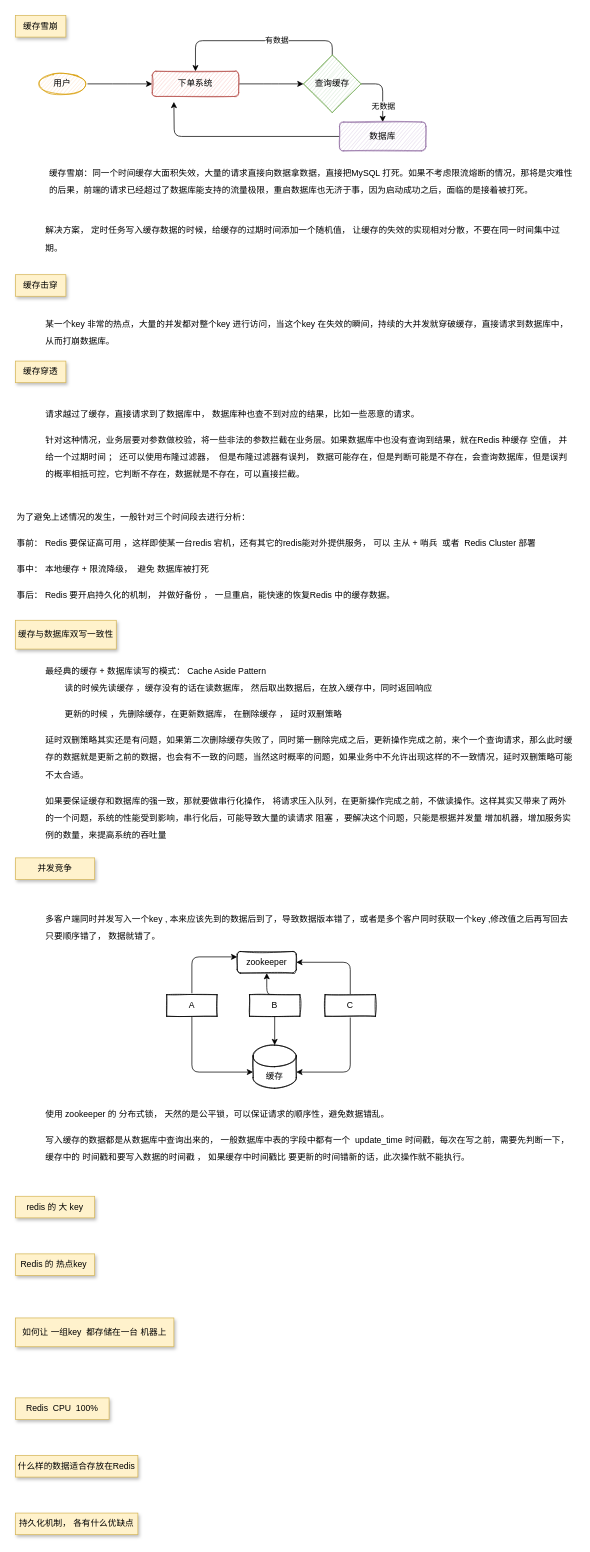
This is page "线上故障" (6 of 6) of redis.drawio from topyuluo/photo-project, a draw.io file, before an edit. Source tidied: cells renumbered, new cells numbered last; positions are measured from the earlier drawing's top-left corner, leaving out a move shared by most shapes. Both pictures are drawn from the tidied source at 72%, with x=0, y=0 at pixel (15, 15).
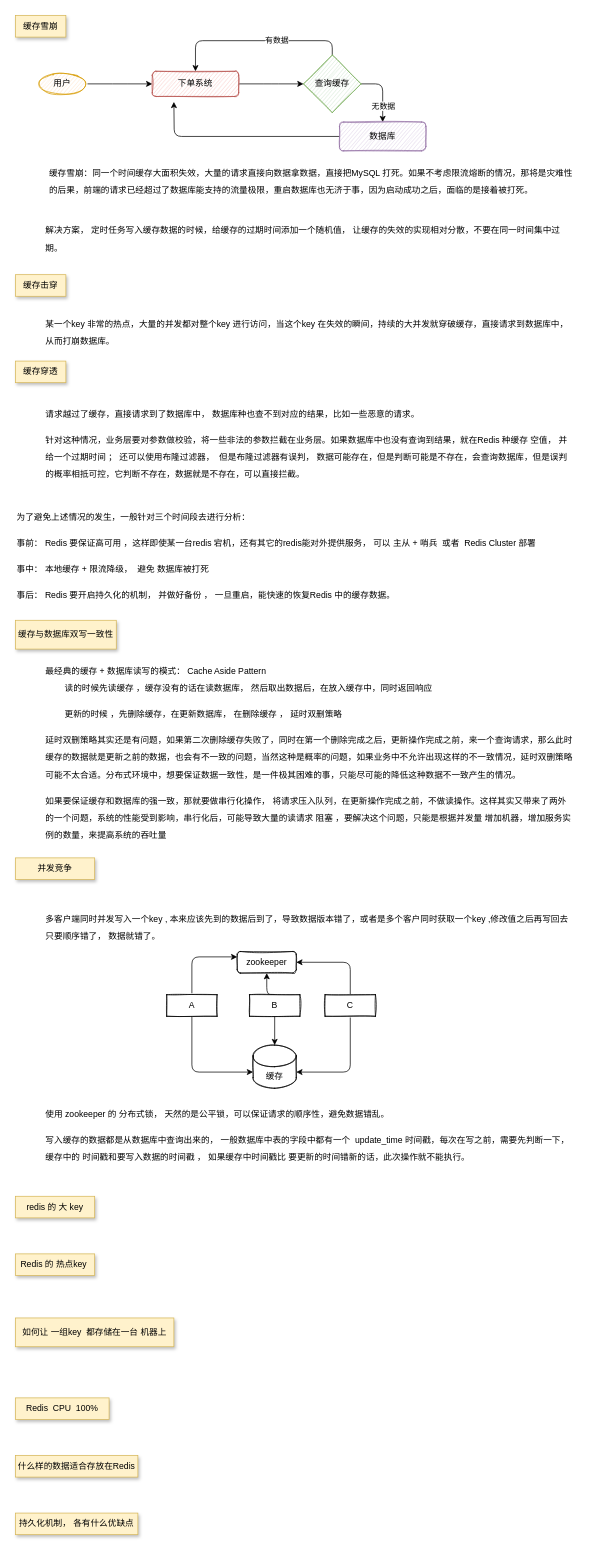
After the change.

What changed in the source:
```diff
@@
-    <mxCell id="28" value="&lt;p style=&quot;line-height: 0px&quot;&gt;最经典的缓存 + 数据库读写的模式： Cache Aside Pattern&amp;nbsp;&lt;/p&gt;&lt;p style=&quot;line-height: 24px&quot;&gt;&amp;nbsp; &amp;nbsp; &amp;nbsp; &amp;nbsp; 读的时候先读缓存 ，缓存没有的话在读数据库， 然后取出数据后，在放入缓存中，同时返回响应&lt;/p&gt;&lt;p style=&quot;line-height: 24px&quot;&gt;&amp;nbsp; &amp;nbsp; &amp;nbsp; &amp;nbsp; 更新的时候 ，先删除缓存，在更新数据库， 在删除缓存 ， 延时双删策略&lt;/p&gt;&lt;p style=&quot;line-height: 24px&quot;&gt;延时双删策略其实还是有问题，如果第二次删除缓存失败了，同时第一删除完成之后，更新操作完成之前，来个一个查询请求，那么此时缓存的数据就是更新之前的数据，也会有不一致的问题，当然这时概率的问题，如果业务中不允许出现这样的不一致情况，延时双删策略可能不太合适。&lt;/p&gt;&lt;p style=&quot;line-height: 24px&quot;&gt;如果要保证缓存和数据库的强一致，那就要做串行化操作， 将请求压入队列，在更新操作完成之前，不做读操作。这样其实又带来了两外的一个问题，系统的性能受到影响，串行化后，可能导致大量的读请求 阻塞 ，要解决这个问题，只能是根据并发量 增加机器，增加服务实例的数量，来提高系统的吞吐量&lt;/p&gt;" style="text;html=1;strokeColor=none;fillColor=none;align=left;verticalAlign=middle;whiteSpace=wrap;rounded=0;labelBackgroundColor=none;sketch=1;" parent="1" vertex="1">
+    <mxCell id="28" value="&lt;p style=&quot;line-height: 0px&quot;&gt;最经典的缓存 + 数据库读写的模式： Cache Aside Pattern&amp;nbsp;&lt;/p&gt;&lt;p style=&quot;line-height: 24px&quot;&gt;&amp;nbsp; &amp;nbsp; &amp;nbsp; &amp;nbsp; 读的时候先读缓存 ，缓存没有的话在读数据库， 然后取出数据后，在放入缓存中，同时返回响应&lt;/p&gt;&lt;p style=&quot;line-height: 24px&quot;&gt;&amp;nbsp; &amp;nbsp; &amp;nbsp; &amp;nbsp; 更新的时候 ，先删除缓存，在更新数据库， 在删除缓存 ， 延时双删策略&lt;/p&gt;&lt;p style=&quot;line-height: 24px&quot;&gt;延时双删策略其实还是有问题，如果第二次删除缓存失败了，同时在第一个删除完成之后，更新操作完成之前，来一个查询请求，那么此时缓存的数据就是更新之前的数据，也会有不一致的问题，当然这种是概率的问题，如果业务中不允许出现这样的不一致情况，延时双删策略可能不太合适。分布式环境中，想要保证数据一致性，是一件极其困难的事，只能尽可能的降低这种数据不一致产生的情况。&lt;/p&gt;&lt;p style=&quot;line-height: 24px&quot;&gt;如果要保证缓存和数据库的强一致，那就要做串行化操作， 将请求压入队列，在更新操作完成之前，不做读操作。这样其实又带来了两外的一个问题，系统的性能受到影响，串行化后，可能导致大量的读请求 阻塞 ，要解决这个问题，只能是根据并发量 增加机器，增加服务实例的数量，来提高系统的吞吐量&lt;/p&gt;" style="text;html=1;strokeColor=none;fillColor=none;align=left;verticalAlign=middle;whiteSpace=wrap;rounded=0;labelBackgroundColor=none;sketch=1;" parent="1" vertex="1">
       <mxGeometry x="40" y="900" width="735" height="260" as="geometry" />
     </mxCell>
```
